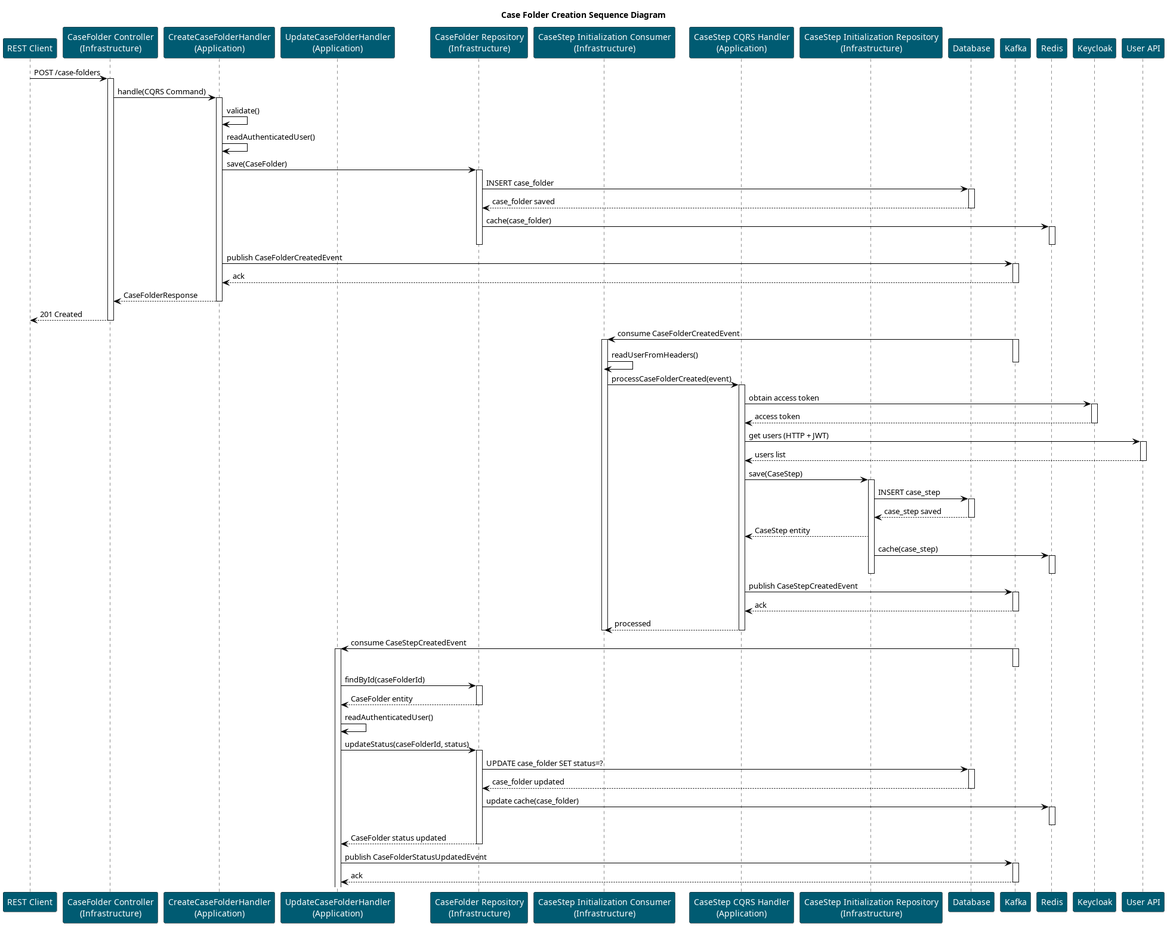
labcabrera/archetype-spring-cloud-stream-vertical-slice-contract-first keeps this PlantUML diagram as images/case-folder-creation-diagram.png. Above is the earlier version.
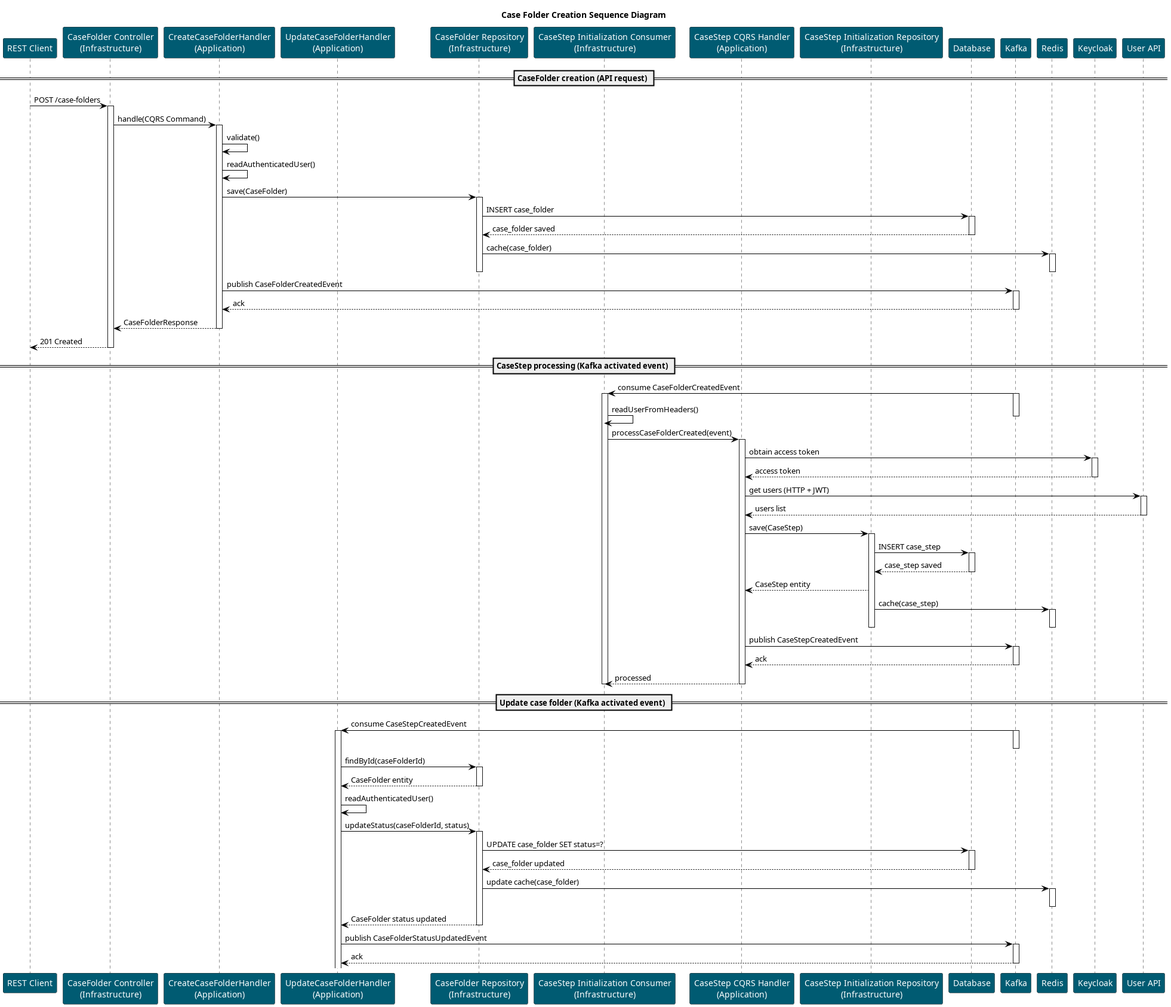
After the change.

The edit, as a diff of the source:
```diff
@@ -18,6 +18,8 @@
 participant "Redis" as Redis
 participant "Keycloak" as Keycloak
 participant "User API" as UserAPI
+
+== CaseFolder creation (API request) ==
 
 Client -> CaseFolderController: POST /case-folders
 activate CaseFolderController
@@ -47,6 +49,8 @@
 deactivate CreateCaseFolderHandler
 CaseFolderController --> Client: 201 Created
 deactivate CaseFolderController
+
+== CaseStep processing (Kafka activated event) ==
 
 Kafka -> CaseStepConsumer: consume CaseFolderCreatedEvent
 activate Kafka
@@ -86,6 +90,8 @@
 deactivate CaseStepHandler
 deactivate CaseStepConsumer
 
+== Update case folder (Kafka activated event) ==
+
 Kafka -> UpdateCaseFolderHandler: consume CaseStepCreatedEvent
 activate Kafka
 deactivate Kafka
```
